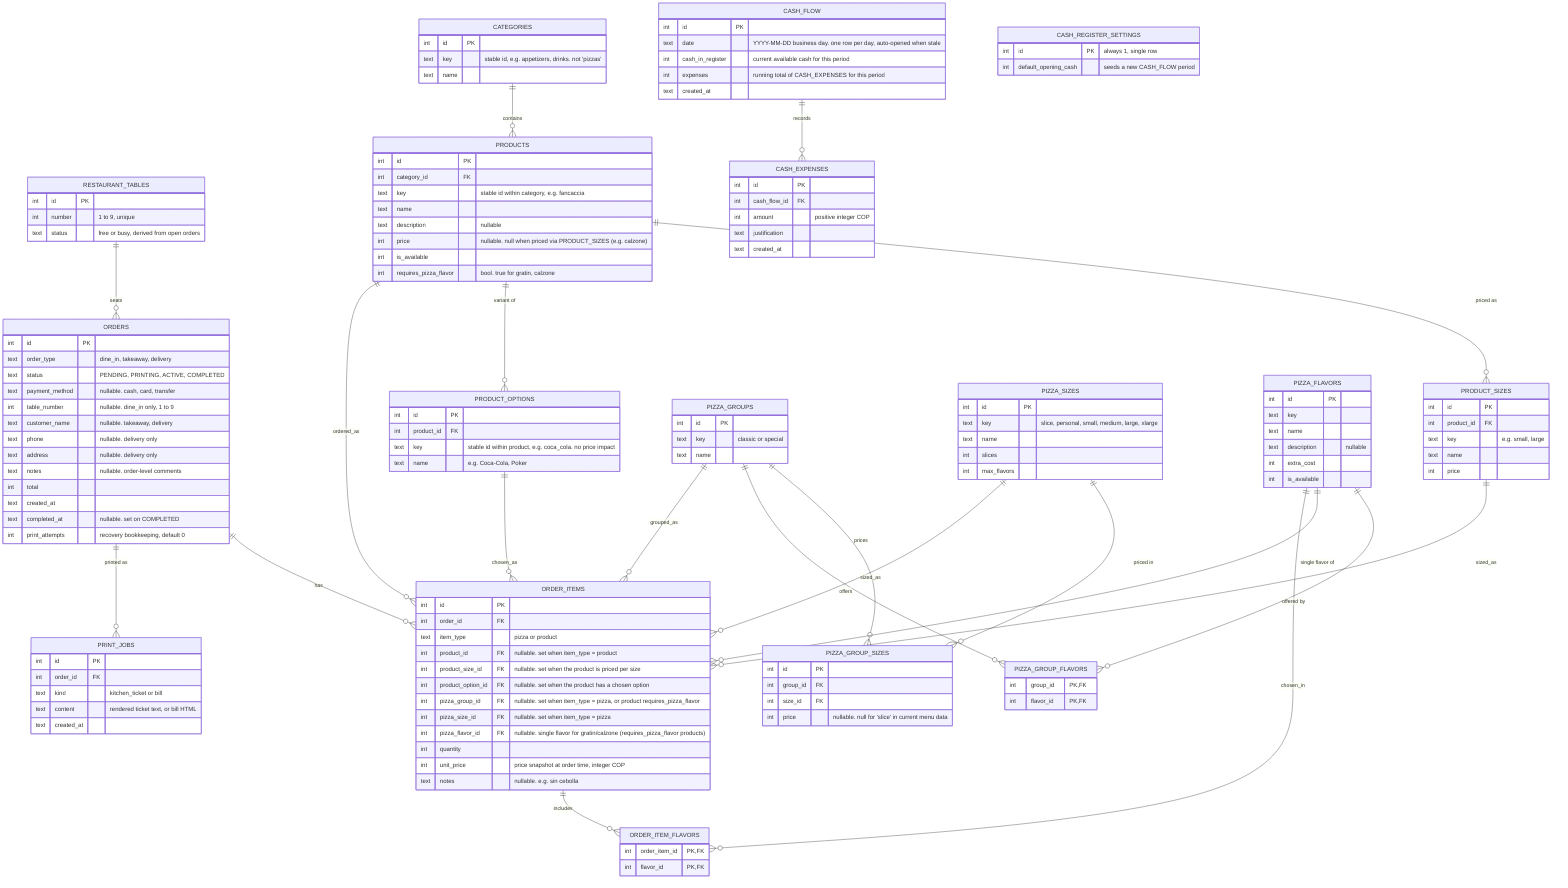
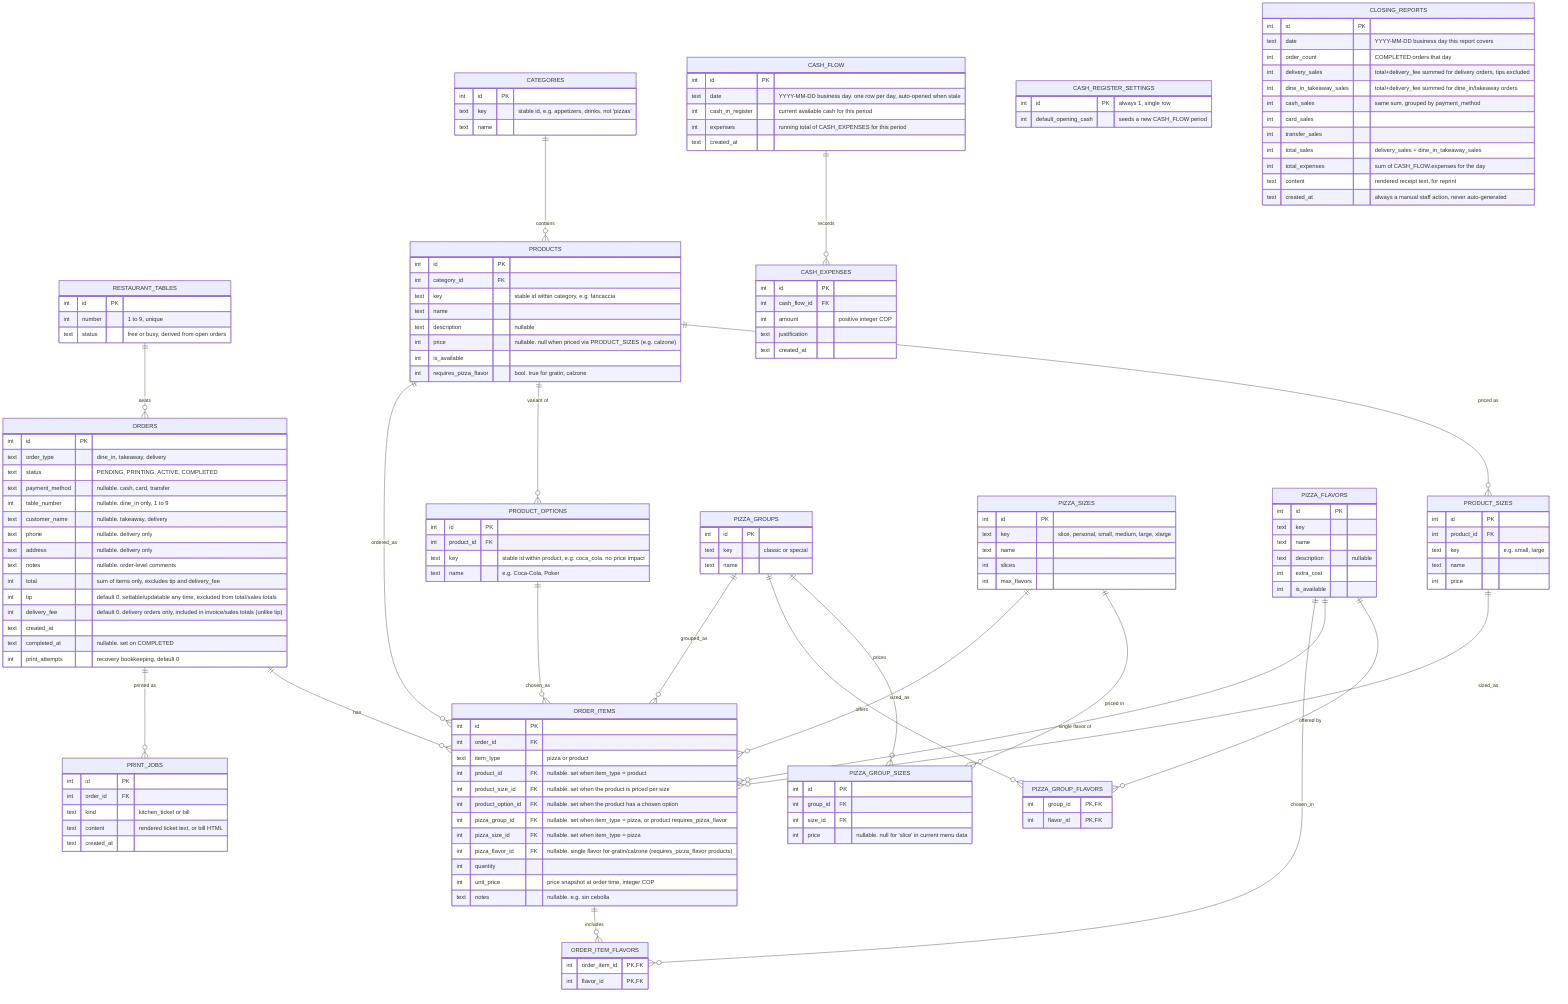
erDiagram
  RESTAURANT_TABLES ||--o{ ORDERS : seats

  CATEGORIES ||--o{ PRODUCTS : contains
  PRODUCTS ||--o{ PRODUCT_SIZES : "priced as"
  PRODUCTS ||--o{ PRODUCT_OPTIONS : "variant of"

  PIZZA_GROUPS ||--o{ PIZZA_GROUP_SIZES : prices
  PIZZA_SIZES ||--o{ PIZZA_GROUP_SIZES : "priced in"
  PIZZA_GROUPS ||--o{ PIZZA_GROUP_FLAVORS : offers
  PIZZA_FLAVORS ||--o{ PIZZA_GROUP_FLAVORS : "offered by"

  ORDERS ||--o{ ORDER_ITEMS : has
  PRODUCTS ||--o{ ORDER_ITEMS : ordered_as
  PRODUCT_SIZES ||--o{ ORDER_ITEMS : sized_as
  PRODUCT_OPTIONS ||--o{ ORDER_ITEMS : chosen_as
  PIZZA_GROUPS ||--o{ ORDER_ITEMS : grouped_as
  PIZZA_SIZES ||--o{ ORDER_ITEMS : sized_as
  PIZZA_FLAVORS ||--o{ ORDER_ITEMS : "single flavor of"
  ORDER_ITEMS ||--o{ ORDER_ITEM_FLAVORS : includes
  PIZZA_FLAVORS ||--o{ ORDER_ITEM_FLAVORS : chosen_in
  ORDERS ||--o{ PRINT_JOBS : "printed as"

  CASH_FLOW ||--o{ CASH_EXPENSES : records

  RESTAURANT_TABLES {
    int id PK
    int number "1 to 9, unique"
    text status "free or busy, derived from open orders"
  }

  CATEGORIES {
    int id PK
    text key "stable id, e.g. appetizers, drinks. not 'pizzas'"
    text name
  }
  PRODUCTS {
    int id PK
    int category_id FK
    text key "stable id within category, e.g. fancaccia"
    text name
    text description "nullable"
    int price "nullable. null when priced via PRODUCT_SIZES (e.g. calzone)"
    int is_available
    int requires_pizza_flavor "bool. true for gratin, calzone"
  }
  PRODUCT_SIZES {
    int id PK
    int product_id FK
    text key "e.g. small, large"
    text name
    int price
  }
  PRODUCT_OPTIONS {
    int id PK
    int product_id FK
    text key "stable id within product, e.g. coca_cola. no price impact"
    text name "e.g. Coca-Cola, Poker"
  }

  PIZZA_GROUPS {
    int id PK
    text key "classic or special"
    text name
  }
  PIZZA_SIZES {
    int id PK
    text key "slice, personal, small, medium, large, xlarge"
    text name
    int slices
    int max_flavors
  }
  PIZZA_GROUP_SIZES {
    int id PK
    int group_id FK
    int size_id FK
    int price "nullable. null for 'slice' in current menu data"
  }
  PIZZA_FLAVORS {
    int id PK
    text key
    text name
    text description "nullable"
    int extra_cost
    int is_available
  }
  PIZZA_GROUP_FLAVORS {
    int group_id PK, FK
    int flavor_id PK, FK
  }

  ORDERS {
    int id PK
    text order_type "dine_in, takeaway, delivery"
    text status "PENDING, PRINTING, ACTIVE, COMPLETED"
    text payment_method "nullable. cash, card, transfer"
    int table_number "nullable. dine_in only, 1 to 9"
    text customer_name "nullable. takeaway, delivery"
    text phone "nullable. delivery only"
    text address "nullable. delivery only"
    text notes "nullable. order-level comments"
-     int total
+     int total "sum of items only, excludes tip and delivery_fee"
+     int tip "default 0. settable/updatable any time, excluded from total/sales totals"
+     int delivery_fee "default 0. delivery orders only, included in invoice/sales totals (unlike tip)"
    text created_at
    text completed_at "nullable. set on COMPLETED"
    int print_attempts "recovery bookkeeping, default 0"
  }
  ORDER_ITEMS {
    int id PK
    int order_id FK
    text item_type "pizza or product"
    int product_id FK "nullable. set when item_type = product"
    int product_size_id FK "nullable. set when the product is priced per size"
    int product_option_id FK "nullable. set when the product has a chosen option"
    int pizza_group_id FK "nullable. set when item_type = pizza, or product requires_pizza_flavor"
    int pizza_size_id FK "nullable. set when item_type = pizza"
    int pizza_flavor_id FK "nullable. single flavor for gratin/calzone (requires_pizza_flavor products)"
    int quantity
    int unit_price "price snapshot at order time, integer COP"
    text notes "nullable. e.g. sin cebolla"
  }
  ORDER_ITEM_FLAVORS {
    int order_item_id PK, FK
    int flavor_id PK, FK
  }

  PRINT_JOBS {
    int id PK
    int order_id FK
    text kind "kitchen_ticket or bill"
    text content "rendered ticket text, or bill HTML"
    text created_at
  }

  CASH_REGISTER_SETTINGS {
    int id PK "always 1, single row"
    int default_opening_cash "seeds a new CASH_FLOW period"
  }
  CASH_FLOW {
    int id PK
    text date "YYYY-MM-DD business day. one row per day, auto-opened when stale"
    int cash_in_register "current available cash for this period"
    int expenses "running total of CASH_EXPENSES for this period"
    text created_at
  }
  CASH_EXPENSES {
    int id PK
    int cash_flow_id FK
    int amount "positive integer COP"
    text justification
    text created_at
  }
+ 
+   CLOSING_REPORTS {
+     int id PK
+     text date "YYYY-MM-DD business day this report covers"
+     int order_count "COMPLETED orders that day"
+     int delivery_sales "total+delivery_fee summed for delivery orders, tips excluded"
+     int dine_in_takeaway_sales "total+delivery_fee summed for dine_in/takeaway orders"
+     int cash_sales "same sum, grouped by payment_method"
+     int card_sales
+     int transfer_sales
+     int total_sales "delivery_sales + dine_in_takeaway_sales"
+     int total_expenses "sum of CASH_FLOW.expenses for the day"
+     text content "rendered receipt text, for reprint"
+     text created_at "always a manual staff action, never auto-generated"
+   }
